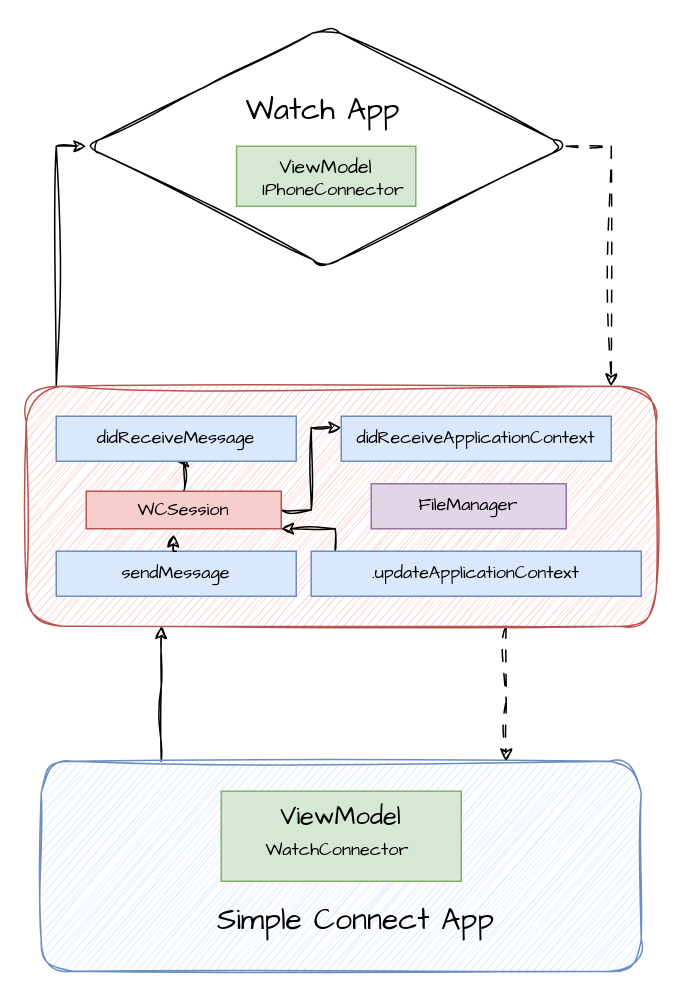
This is SimpleConnectWatchApp.drawio from nandhakumar-c/testproject, a draw.io file, before an edit. Source tidied: cells renumbered, new cells numbered last; positions are measured from the earlier drawing's top-left corner, leaving out a move shared by most shapes. Both pictures are drawn from the tidied source at 150%, with x=0, y=0 at pixel (26, 26).
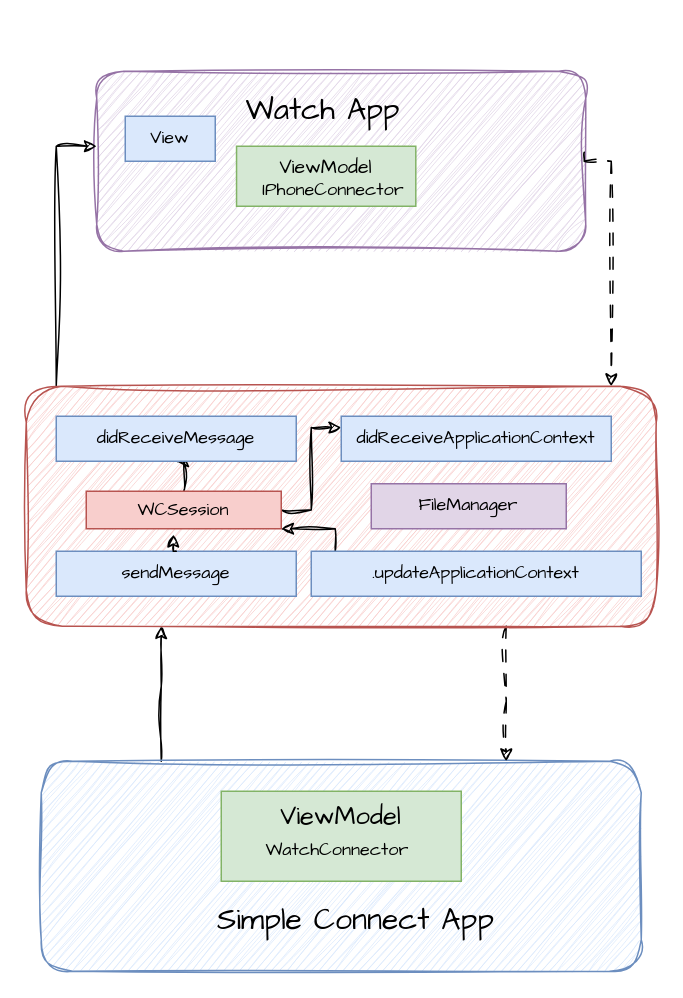
After the change.

Unchanged cells that the change refers to:
```xml
<mxCell id="6" style="rounded=1;whiteSpace=wrap;html=1;sketch=1;hachureGap=4;jiggle=2;curveFitting=1;fontFamily=Architects Daughter;fillColor=#f8cecc;strokeColor=#b85450;" parent="1" vertex="1">
  <mxGeometry y="240" width="420" height="160" as="geometry" />
</mxCell>
```

Diff of the diagram source:
```diff
@@
+    <mxCell id="25" style="rounded=1;whiteSpace=wrap;html=1;sketch=1;hachureGap=4;jiggle=2;curveFitting=1;fontFamily=Architects Daughter;fillColor=#e1d5e7;strokeColor=#9673a6;" parent="1" vertex="1">
+      <mxGeometry x="47" y="30" width="326" height="120" as="geometry" />
+    </mxCell>
@@
-    <mxCell id="4" style="edgeStyle=orthogonalEdgeStyle;rounded=0;sketch=1;hachureGap=4;jiggle=2;curveFitting=1;jettySize=auto;html=1;fontFamily=Architects Daughter;" parent="1" edge="1" source="6" target="9">
+    <mxCell id="4" style="edgeStyle=orthogonalEdgeStyle;rounded=0;sketch=1;hachureGap=4;jiggle=2;curveFitting=1;jettySize=auto;html=1;fontFamily=Architects Daughter;" parent="1" edge="1" source="6" target="25">
       <mxGeometry relative="1" as="geometry">
         <Array as="points">
           <mxPoint x="20" y="80" />
         </Array>
       </mxGeometry>
     </mxCell>
@@
-    <mxCell id="8" style="edgeStyle=orthogonalEdgeStyle;rounded=0;sketch=1;hachureGap=4;jiggle=2;curveFitting=1;jettySize=auto;html=1;fontFamily=Architects Daughter;exitX=1;exitY=0.5;exitDx=0;exitDy=0;dashed=1;dashPattern=8 8;" parent="1" edge="1" source="9" target="6">
+    <mxCell id="8" style="edgeStyle=orthogonalEdgeStyle;rounded=0;sketch=1;hachureGap=4;jiggle=2;curveFitting=1;jettySize=auto;html=1;fontFamily=Architects Daughter;exitX=0.997;exitY=0.45;exitDx=0;exitDy=0;dashed=1;dashPattern=8 8;exitPerimeter=0;" parent="1" edge="1" source="25" target="6">
       <mxGeometry relative="1" as="geometry">
         <Array as="points">
-          <mxPoint x="390" y="80" />
+          <mxPoint x="372" y="90" />
+          <mxPoint x="390" y="90" />
         </Array>
       </mxGeometry>
     </mxCell>
-    <mxCell id="9" style="rhombus;whiteSpace=wrap;html=1;sketch=1;hachureGap=4;jiggle=2;curveFitting=1;fontFamily=Architects Daughter;fontSize=20;rounded=1;" parent="1" vertex="1">
-      <mxGeometry x="40" width="320" height="160" as="geometry" />
-    </mxCell>
@@
+    <mxCell id="26" value="View" style="text;html=1;align=center;verticalAlign=middle;whiteSpace=wrap;rounded=0;fontFamily=Architects Daughter;fillColor=#dae8fc;strokeColor=#6c8ebf;" parent="1" vertex="1">
+      <mxGeometry x="66" y="60" width="60" height="30" as="geometry" />
+    </mxCell>
```
